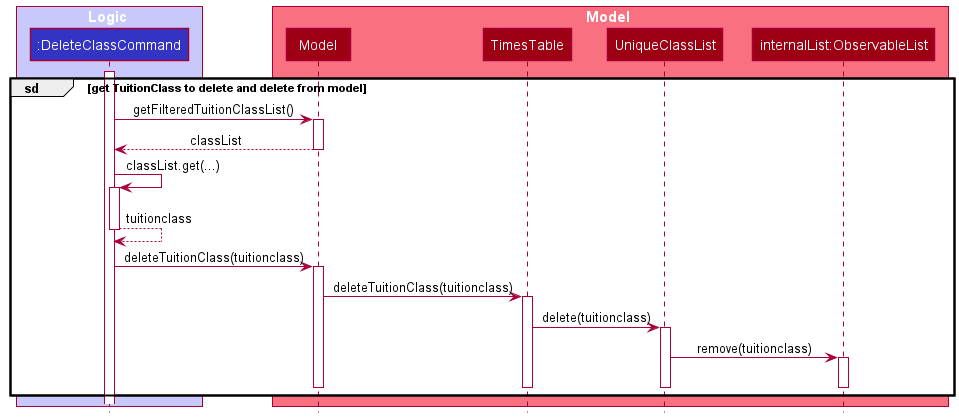
The PlantUML diagram docs/images/DeleteClassRef1.png in softmagnet/tp, before a commit.
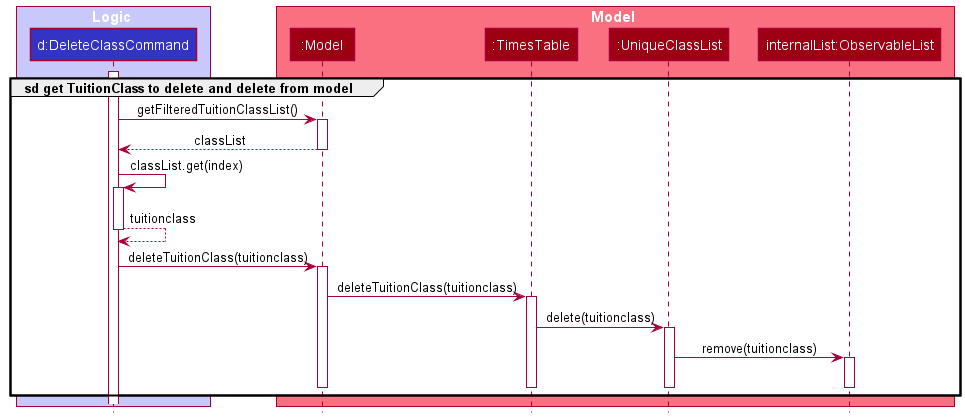
After the change.

The edit, as a diff of the source:
```diff
@@ -1,16 +1,16 @@
 @startuml
 !include style.puml
 
-group sd [get TuitionClass to delete and delete from model]
+group sd get TuitionClass to delete and delete from model
 
 box Logic LOGIC_COLOR_T1
-participant ":DeleteClassCommand" as DeleteClassCommand LOGIC_COLOR
+participant "d:DeleteClassCommand" as DeleteClassCommand LOGIC_COLOR
 end box
 
 box Model MODEL_COLOR_T1
-participant "Model" as Model MODEL_COLOR
-participant "TimesTable" as TimesTable MODEL_COLOR
-participant "UniqueClassList" as UniqueClassList MODEL_COLOR
+participant ":Model" as Model MODEL_COLOR
+participant ":TimesTable" as TimesTable MODEL_COLOR
+participant ":UniqueClassList" as UniqueClassList MODEL_COLOR
 participant "internalList:ObservableList" as internalList MODEL_COLOR
 end box
 
@@ -24,7 +24,7 @@
 Model --> DeleteClassCommand : classList
 deactivate Model
 
-DeleteClassCommand -> DeleteClassCommand : classList.get(...)
+DeleteClassCommand -> DeleteClassCommand : classList.get(index)
 activate DeleteClassCommand
 DeleteClassCommand --> DeleteClassCommand : tuitionclass
 deactivate DeleteClassCommand
```
